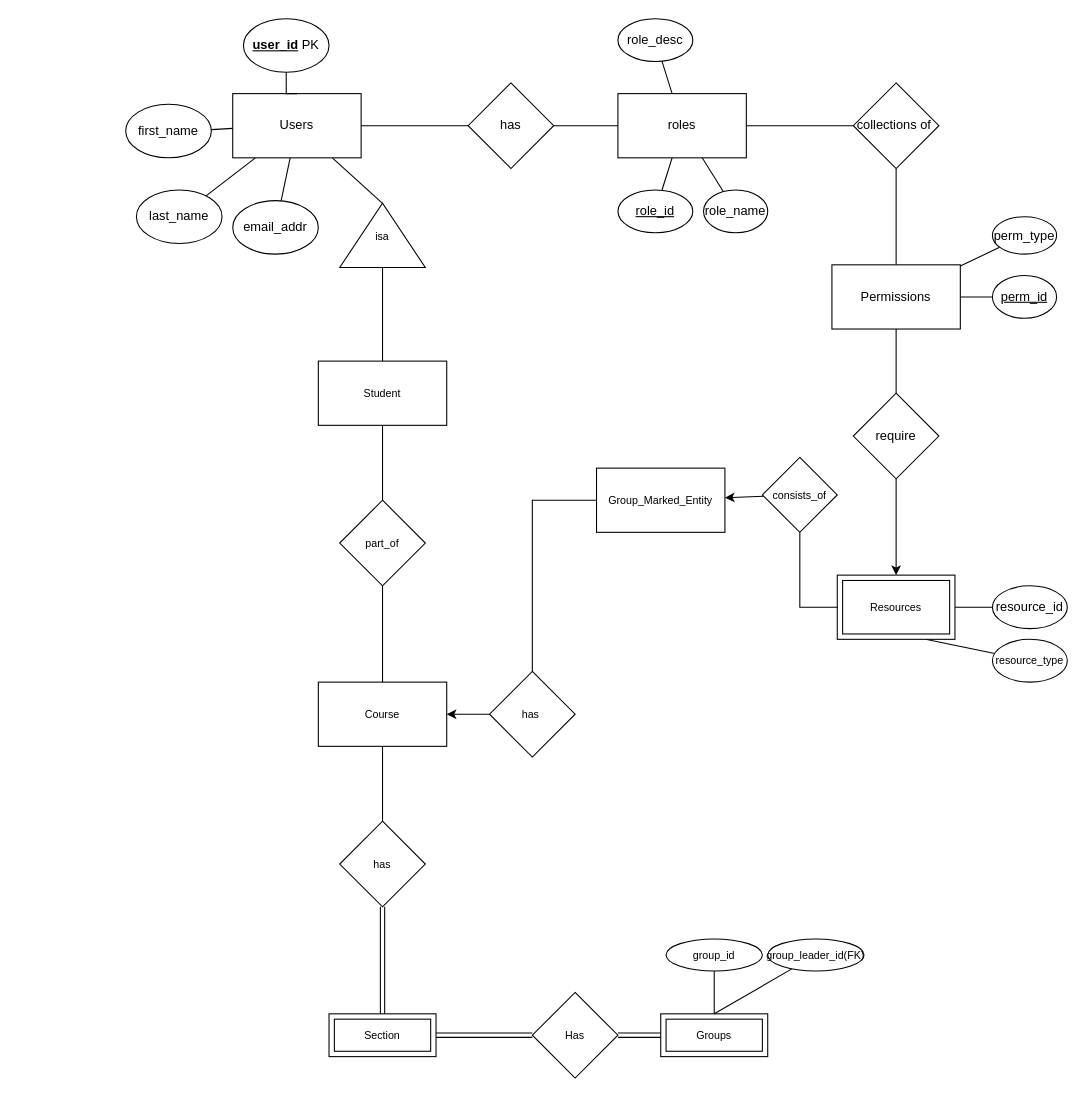
The draw.io diagram ERdiagram.drawio in 5531CGASystem/CGA, before the edit. Source tidied: cells renumbered, new cells numbered last; positions are measured from the earlier drawing's top-left corner, leaving out a move shared by most shapes. Both pictures are drawn from the tidied source at 107%, with x=0, y=0 at pixel (125, 18).
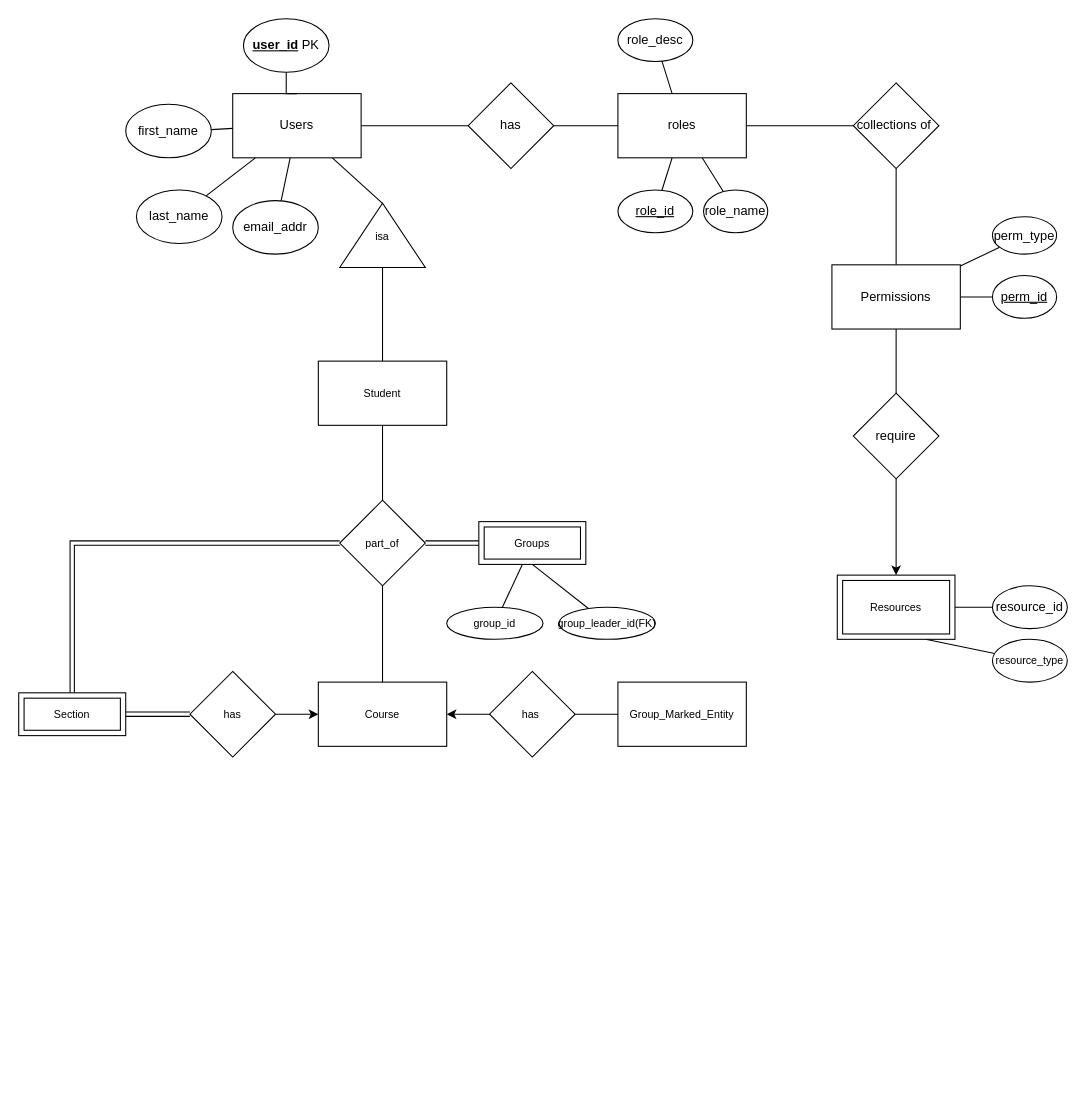
After the change.

Commit message:
modified course_section relation

The change refers to these unchanged cells:
```xml
<mxCell id="42" value="part_of" style="rhombus;whiteSpace=wrap;html=1;fontSize=10;" parent="1" vertex="1">
  <mxGeometry x="200" y="450" width="80" height="80" as="geometry" />
</mxCell>
<mxCell id="45" value="Course" style="whiteSpace=wrap;html=1;fontSize=10;" parent="1" vertex="1">
  <mxGeometry x="180" y="620" width="120" height="60" as="geometry" />
</mxCell>
```

What changed in the source:
```diff
@@
+    <mxCell id="64" style="edgeStyle=none;rounded=0;jettySize=auto;html=1;entryX=0;entryY=0.5;entryDx=0;entryDy=0;fontSize=10;startArrow=classic;startFill=1;endArrow=none;endFill=0;shape=link;" parent="1" edge="1" source="42">
+      <mxGeometry relative="1" as="geometry">
+        <mxPoint x="330" y="490" as="targetPoint" />
+      </mxGeometry>
+    </mxCell>
@@
-    <mxCell id="43" style="edgeStyle=none;rounded=0;jettySize=auto;html=1;fontSize=10;endArrow=none;endFill=0;" parent="1" edge="1" source="45" target="47">
+    <mxCell id="43" style="edgeStyle=none;rounded=0;jettySize=auto;html=1;fontSize=10;endArrow=none;endFill=0;startArrow=classic;startFill=1;" parent="1" edge="1" source="45" target="47">
       <mxGeometry relative="1" as="geometry" />
     </mxCell>
@@
-    <mxCell id="46" style="edgeStyle=none;rounded=0;jettySize=auto;html=1;fontSize=10;endArrow=none;endFill=0;entryX=0.5;entryY=0;entryDx=0;entryDy=0;shape=link;" parent="1" edge="1" source="47" target="49">
-      <mxGeometry relative="1" as="geometry" />
-    </mxCell>
     <mxCell id="47" value="has" style="rhombus;whiteSpace=wrap;html=1;fontSize=10;" parent="1" vertex="1">
-      <mxGeometry x="200" y="750" width="80" height="80" as="geometry" />
+      <mxGeometry x="60" y="610" width="80" height="80" as="geometry" />
     </mxCell>
-    <mxCell id="48" style="edgeStyle=none;shape=link;rounded=0;jettySize=auto;html=1;fontSize=10;endArrow=none;endFill=0;" parent="1" edge="1" source="49" target="50">
-      <mxGeometry relative="1" as="geometry" />
-    </mxCell>
+    <mxCell id="65" style="edgeStyle=none;shape=link;rounded=0;jettySize=auto;html=1;fontSize=10;startArrow=classic;startFill=1;endArrow=none;endFill=0;" parent="1" edge="1" source="49" target="47">
+      <mxGeometry relative="1" as="geometry" />
+    </mxCell>
+    <mxCell id="66" style="edgeStyle=none;shape=link;rounded=0;jettySize=auto;html=1;entryX=0;entryY=0.5;entryDx=0;entryDy=0;fontSize=10;startArrow=classic;startFill=1;endArrow=none;endFill=0;" parent="1" edge="1" source="49" target="42">
+      <mxGeometry relative="1" as="geometry">
+        <Array as="points">
+          <mxPoint x="-50" y="490" />
+        </Array>
+      </mxGeometry>
+    </mxCell>
     <mxCell id="49" value="Section" style="shape=ext;margin=3;double=1;whiteSpace=wrap;html=1;align=center;fontSize=10;strokeColor=default;fillColor=default;" parent="1" vertex="1">
-      <mxGeometry x="190" y="930" width="100" height="40" as="geometry" />
+      <mxGeometry x="-100" y="630" width="100" height="40" as="geometry" />
     </mxCell>
-    <mxCell id="50" value="Has" style="rhombus;whiteSpace=wrap;html=1;fontSize=10;" parent="1" vertex="1">
-      <mxGeometry x="380" y="910" width="80" height="80" as="geometry" />
-    </mxCell>
-    <mxCell id="51" style="edgeStyle=none;shape=link;rounded=0;jettySize=auto;html=1;entryX=1;entryY=0.5;entryDx=0;entryDy=0;fontSize=10;endArrow=none;endFill=0;" parent="1" edge="1" source="53" target="50">
-      <mxGeometry relative="1" as="geometry" />
-    </mxCell>
+    <mxCell id="57" value="Resources" style="shape=ext;margin=3;double=1;whiteSpace=wrap;html=1;align=center;fontSize=10;strokeColor=default;fillColor=default;" parent="1" vertex="1">
+      <mxGeometry x="665" y="520" width="110" height="60" as="geometry" />
+    </mxCell>
+    <mxCell id="58" style="edgeStyle=none;rounded=0;jettySize=auto;html=1;fontSize=10;startArrow=none;startFill=0;endArrow=none;endFill=0;entryX=0;entryY=0.5;entryDx=0;entryDy=0;" parent="1" edge="1" source="59" target="61">
+      <mxGeometry relative="1" as="geometry">
+        <Array as="points">
+          <mxPoint x="440" y="650" />
+          <mxPoint x="450" y="650" />
+        </Array>
+      </mxGeometry>
+    </mxCell>
+    <mxCell id="59" value="has&amp;nbsp;" style="rhombus;whiteSpace=wrap;html=1;fontSize=10;" parent="1" vertex="1">
+      <mxGeometry x="340" y="610" width="80" height="80" as="geometry" />
+    </mxCell>
+    <mxCell id="61" value="Group_Marked_Entity" style="whiteSpace=wrap;html=1;fontSize=10;" parent="1" vertex="1">
+      <mxGeometry x="460" y="620" width="120" height="60" as="geometry" />
+    </mxCell>
@@
     <mxCell id="53" value="Groups" style="shape=ext;margin=3;double=1;whiteSpace=wrap;html=1;align=center;fontSize=10;strokeColor=default;fillColor=default;" parent="1" vertex="1">
-      <mxGeometry x="500" y="930" width="100" height="40" as="geometry" />
+      <mxGeometry x="330" y="470" width="100" height="40" as="geometry" />
     </mxCell>
     <mxCell id="54" value="group_id" style="ellipse;whiteSpace=wrap;html=1;fontSize=10;" parent="1" vertex="1">
-      <mxGeometry x="505" y="860" width="90" height="30" as="geometry" />
+      <mxGeometry x="300" y="550" width="90" height="30" as="geometry" />
     </mxCell>
-    <mxCell id="55" style="edgeStyle=none;rounded=0;jettySize=auto;html=1;fontSize=10;endArrow=none;endFill=0;exitX=0.5;exitY=0;exitDx=0;exitDy=0;exitPerimeter=0;" parent="1" edge="1" source="53" target="56">
+    <mxCell id="55" style="edgeStyle=none;rounded=0;jettySize=auto;html=1;fontSize=10;endArrow=none;endFill=0;exitX=0.5;exitY=1;exitDx=0;exitDy=0;" parent="1" edge="1" source="53" target="56">
       <mxGeometry relative="1" as="geometry" />
     </mxCell>
     <mxCell id="56" value="group_leader_id(FK)" style="ellipse;whiteSpace=wrap;html=1;fontSize=10;" parent="1" vertex="1">
-      <mxGeometry x="600" y="860" width="90" height="30" as="geometry" />
+      <mxGeometry x="405" y="550" width="90" height="30" as="geometry" />
     </mxCell>
-    <mxCell id="57" value="Resources" style="shape=ext;margin=3;double=1;whiteSpace=wrap;html=1;align=center;fontSize=10;strokeColor=default;fillColor=default;" parent="1" vertex="1">
-      <mxGeometry x="665" y="520" width="110" height="60" as="geometry" />
-    </mxCell>
-    <mxCell id="58" style="edgeStyle=none;rounded=0;jettySize=auto;html=1;fontSize=10;startArrow=none;startFill=0;endArrow=none;endFill=0;entryX=0;entryY=0.5;entryDx=0;entryDy=0;" parent="1" edge="1" source="59" target="61">
-      <mxGeometry relative="1" as="geometry">
-        <Array as="points">
-          <mxPoint x="380" y="450" />
-        </Array>
-      </mxGeometry>
-    </mxCell>
-    <mxCell id="59" value="has&amp;nbsp;" style="rhombus;whiteSpace=wrap;html=1;fontSize=10;" parent="1" vertex="1">
-      <mxGeometry x="340" y="610" width="80" height="80" as="geometry" />
-    </mxCell>
-    <mxCell id="60" style="edgeStyle=none;rounded=0;jettySize=auto;html=1;fontSize=10;startArrow=classic;startFill=1;endArrow=none;endFill=0;" parent="1" edge="1" source="61" target="63">
-      <mxGeometry relative="1" as="geometry" />
-    </mxCell>
-    <mxCell id="61" value="Group_Marked_Entity" style="whiteSpace=wrap;html=1;fontSize=10;" parent="1" vertex="1">
-      <mxGeometry x="440" y="420" width="120" height="60" as="geometry" />
-    </mxCell>
-    <mxCell id="62" style="edgeStyle=none;rounded=0;jettySize=auto;html=1;entryX=0;entryY=0.5;entryDx=0;entryDy=0;fontSize=10;startArrow=none;startFill=0;endArrow=none;endFill=0;" parent="1" edge="1" source="63" target="57">
-      <mxGeometry relative="1" as="geometry">
-        <Array as="points">
-          <mxPoint x="630" y="550" />
-        </Array>
-      </mxGeometry>
-    </mxCell>
-    <mxCell id="63" value="consists_of" style="rhombus;whiteSpace=wrap;html=1;fontSize=10;" parent="1" vertex="1">
-      <mxGeometry x="595" y="410" width="70" height="70" as="geometry" />
-    </mxCell>
```
